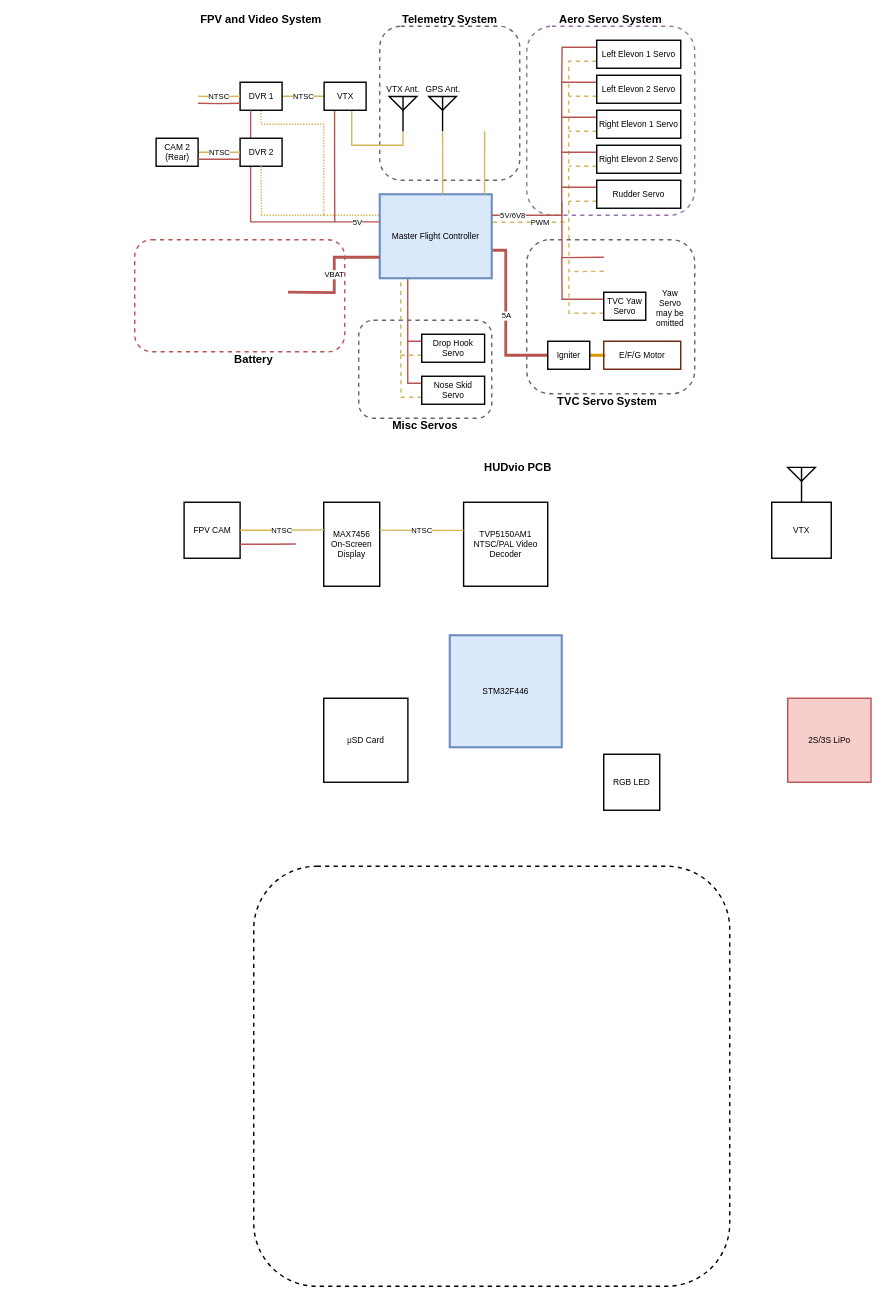
Above: HUDVio/System_Architecture.drawio in Skyhawkson/HUDvio (draw.io), before the change. Source tidied: cells renumbered, new cells numbered last; positions are measured from the earlier drawing's top-left corner, leaving out a move shared by most shapes. Both pictures are drawn from the tidied source at 70%, with x=0, y=0 at pixel (134, 12).
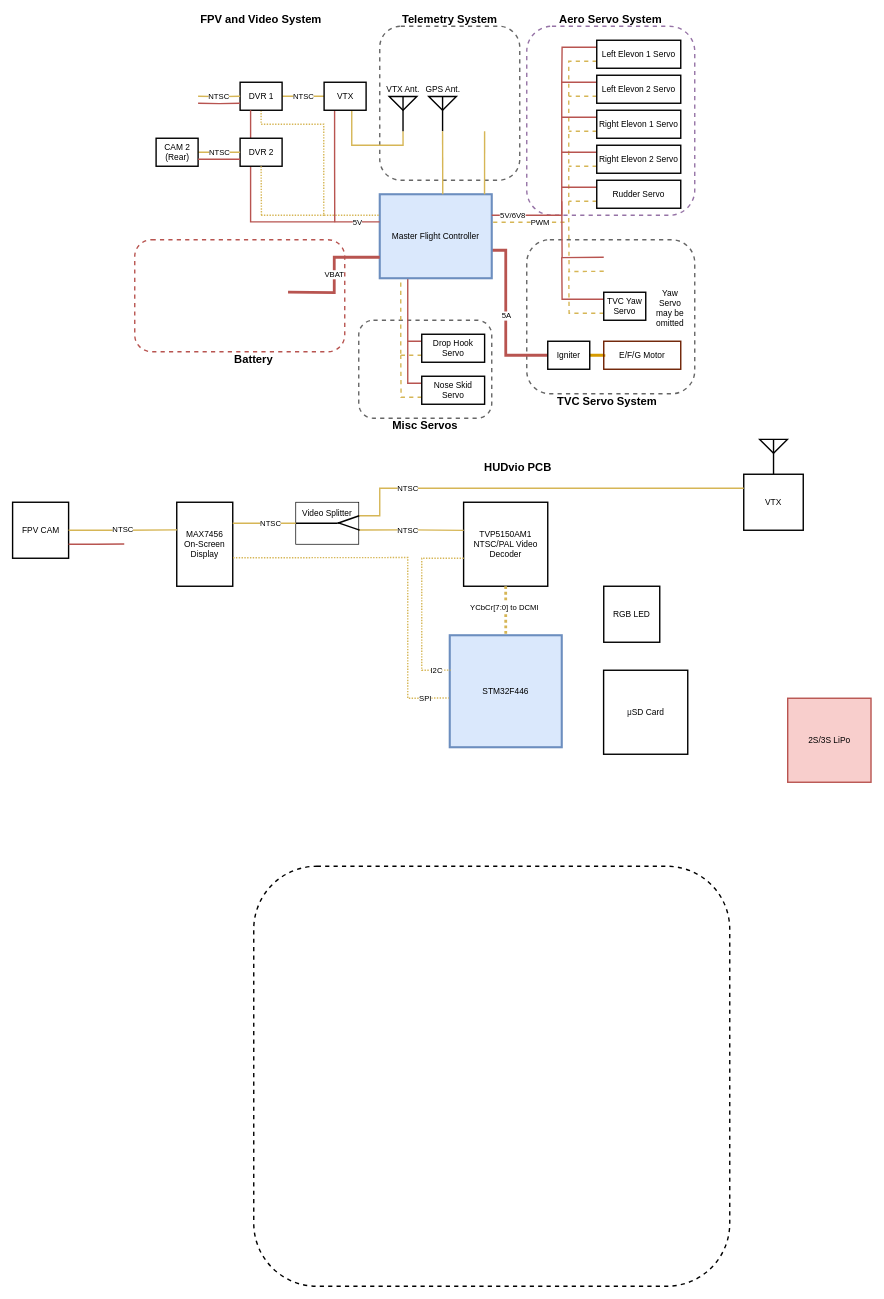
Above is the later version.

Unchanged cells that the change refers to:
```xml
<mxCell id="72" value="STM32F446" style="rounded=0;whiteSpace=wrap;html=1;strokeWidth=3;fillColor=#dae8fc;strokeColor=#6c8ebf;glass=0;shadow=0;sketch=0;" parent="1" vertex="1">
  <mxGeometry x="450" y="890" width="160" height="160" as="geometry" />
</mxCell>
<mxCell id="76" value="TVP5150AM1&lt;br&gt;NTSC/PAL Video Decoder" style="rounded=0;whiteSpace=wrap;html=1;strokeWidth=2;" parent="1" vertex="1">
  <mxGeometry x="469.8" y="700" width="120.2" height="120" as="geometry" />
</mxCell>
```

What changed in the source:
```diff
@@
     <mxCell id="73" value="FPV CAM" style="rounded=0;whiteSpace=wrap;html=1;strokeWidth=2;" parent="1" vertex="1">
-      <mxGeometry x="70.5" y="700" width="80" height="80" as="geometry" />
+      <mxGeometry x="-174.5" y="700" width="80" height="80" as="geometry" />
     </mxCell>
     <mxCell id="74" value="MAX7456&lt;br&gt;On-Screen Display" style="rounded=0;whiteSpace=wrap;html=1;strokeWidth=2;" parent="1" vertex="1">
-      <mxGeometry x="270" y="700" width="80" height="120" as="geometry" />
+      <mxGeometry x="60" y="700" width="80" height="120" as="geometry" />
     </mxCell>
@@
     <mxCell id="77" value="RGB LED" style="rounded=0;whiteSpace=wrap;html=1;strokeWidth=2;" parent="1" vertex="1">
-      <mxGeometry x="670" y="1060" width="80" height="80" as="geometry" />
+      <mxGeometry x="670" y="820" width="80" height="80" as="geometry" />
     </mxCell>
@@
     <mxCell id="79" style="verticalLabelPosition=top;shadow=0;dashed=0;align=center;html=1;verticalAlign=bottom;shape=mxgraph.electrical.radio.aerial_-_antenna_2;strokeWidth=2;labelPosition=center;" parent="1" vertex="1">
-      <mxGeometry x="932.8" y="650" width="39.5" height="50" as="geometry" />
+      <mxGeometry x="892.8" y="610" width="39.5" height="50" as="geometry" />
     </mxCell>
     <mxCell id="80" value="VTX" style="rounded=0;whiteSpace=wrap;html=1;strokeWidth=2;" parent="1" vertex="1">
-      <mxGeometry x="910" y="700" width="85" height="80" as="geometry" />
+      <mxGeometry x="870" y="660" width="85" height="80" as="geometry" />
     </mxCell>
     <mxCell id="81" value="&lt;span style=&quot;color: rgb(32 , 33 , 36) ; font-family: &amp;#34;roboto&amp;#34; , &amp;#34;arial&amp;#34; , sans-serif ; text-align: left ; background-color: rgb(255 , 255 , 255)&quot;&gt;&lt;font style=&quot;font-size: 12px&quot;&gt;µ&lt;/font&gt;&lt;/span&gt;SD Card" style="rounded=0;whiteSpace=wrap;html=1;strokeWidth=2;" parent="1" vertex="1">
-      <mxGeometry x="270" y="980" width="120.2" height="120" as="geometry" />
+      <mxGeometry x="669.8" y="940" width="120.2" height="120" as="geometry" />
     </mxCell>
@@
     <mxCell id="83" style="edgeStyle=orthogonalEdgeStyle;rounded=0;jettySize=auto;html=1;exitX=1;exitY=0.75;exitDx=0;exitDy=0;entryX=0;entryY=0.75;entryDx=0;entryDy=0;startArrow=none;startFill=0;endArrow=none;endFill=0;strokeWidth=2;fillColor=#f8cecc;strokeColor=#b85450;" parent="1" edge="1" source="73">
       <mxGeometry relative="1" as="geometry">
-        <mxPoint x="230" y="759.7" as="targetPoint" />
+        <mxPoint x="-15" y="759.7" as="targetPoint" />
       </mxGeometry>
     </mxCell>
-    <mxCell id="84" value="NTSC" style="edgeStyle=orthogonalEdgeStyle;rounded=0;jettySize=auto;html=1;exitX=1;exitY=0.5;exitDx=0;exitDy=0;entryX=0.001;entryY=0.335;entryDx=0;entryDy=0;strokeWidth=2;endArrow=none;endFill=0;fillColor=#fff2cc;strokeColor=#d6b656;entryPerimeter=0;" parent="1" edge="1" target="76">
-      <mxGeometry relative="1" as="geometry">
-        <mxPoint x="350" y="739.8" as="sourcePoint" />
-      </mxGeometry>
+    <mxCell id="84" value="NTSC" style="edgeStyle=orthogonalEdgeStyle;rounded=0;jettySize=auto;html=1;exitX=0.997;exitY=0.659;exitDx=0;exitDy=0;entryX=0.001;entryY=0.335;entryDx=0;entryDy=0;strokeWidth=2;endArrow=none;endFill=0;fillColor=#fff2cc;strokeColor=#d6b656;entryPerimeter=0;exitPerimeter=0;" parent="1" edge="1" source="91" target="76">
+      <mxGeometry x="-0.07" y="-1" relative="1" as="geometry" />
     </mxCell>
+    <mxCell id="85" style="endArrow=none;html=1;strokeWidth=4;exitX=0.5;exitY=1;exitDx=0;exitDy=0;fillColor=#fff2cc;strokeColor=#d6b656;dashed=1;dashPattern=1 1;entryX=0.5;entryY=0;entryDx=0;entryDy=0;" parent="1" edge="1" source="76" target="72">
+      <mxGeometry relative="1" as="geometry" />
+    </mxCell>
+    <mxCell id="86" value="YCbCr[7:0] to DCMI" style="edgeLabel;html=1;align=center;verticalAlign=middle;" parent="85" vertex="1">
+      <mxGeometry x="-0.17" y="-2" relative="1" as="geometry" />
+    </mxCell>
+    <mxCell id="87" style="endArrow=none;html=1;strokeWidth=2;fillColor=#fff2cc;strokeColor=#d6b656;dashed=1;dashPattern=1 1;entryX=0.009;entryY=0.311;entryDx=0;entryDy=0;entryPerimeter=0;exitX=0.002;exitY=0.667;exitDx=0;exitDy=0;exitPerimeter=0;rounded=0;" parent="1" edge="1" source="76" target="72">
+      <mxGeometry relative="1" as="geometry">
+        <Array as="points">
+          <mxPoint x="410" y="780" />
+          <mxPoint x="410" y="890" />
+          <mxPoint x="410" y="940" />
+        </Array>
+      </mxGeometry>
+    </mxCell>
+    <mxCell id="88" value="I2C" style="edgeLabel;html=1;align=center;verticalAlign=middle;" parent="87" vertex="1">
+      <mxGeometry x="-0.42" y="1" relative="1" as="geometry">
+        <mxPoint x="19" y="144.7" as="offset" />
+      </mxGeometry>
+    </mxCell>
+    <mxCell id="89" style="endArrow=none;html=1;strokeWidth=2;exitX=1.007;exitY=0.661;exitDx=0;exitDy=0;fillColor=#fff2cc;strokeColor=#d6b656;dashed=1;dashPattern=1 1;entryX=-0.009;entryY=0.56;entryDx=0;entryDy=0;entryPerimeter=0;rounded=0;exitPerimeter=0;" parent="1" edge="1" source="74" target="72">
+      <mxGeometry relative="1" as="geometry">
+        <Array as="points">
+          <mxPoint x="390" y="779" />
+          <mxPoint x="390" y="880" />
+          <mxPoint x="390" y="980" />
+        </Array>
+      </mxGeometry>
+    </mxCell>
+    <mxCell id="90" value="SPI" style="edgeLabel;html=1;align=center;verticalAlign=middle;" parent="89" vertex="1">
+      <mxGeometry x="0.86" y="-2" relative="1" as="geometry">
+        <mxPoint x="2" y="-1.7" as="offset" />
+      </mxGeometry>
+    </mxCell>
+    <mxCell id="91" value="Video Splitter&lt;br&gt;&lt;br&gt;&lt;br&gt;" style="rounded=0;whiteSpace=wrap;html=1;strokeColor=#000000;fillColor=none;" parent="1" vertex="1">
+      <mxGeometry x="230" y="700" width="90" height="60" as="geometry" />
+    </mxCell>
+    <mxCell id="92" value="NTSC" style="edgeStyle=orthogonalEdgeStyle;rounded=0;jettySize=auto;html=1;exitX=0.997;exitY=0.659;exitDx=0;exitDy=0;strokeWidth=2;endArrow=none;endFill=0;fillColor=#fff2cc;strokeColor=#d6b656;exitPerimeter=0;entryX=0;entryY=0.25;entryDx=0;entryDy=0;" parent="1" edge="1" target="80">
+      <mxGeometry x="-0.63" relative="1" as="geometry">
+        <mxPoint x="320" y="719.3" as="sourcePoint" />
+        <Array as="points">
+          <mxPoint x="350" y="719" />
+          <mxPoint x="350" y="680" />
+        </Array>
+      </mxGeometry>
+    </mxCell>
+    <mxCell id="93" style="endArrow=none;html=1;strokeWidth=2;entryX=1.007;entryY=0.322;entryDx=0;entryDy=0;entryPerimeter=0;" parent="1" edge="1" target="91">
+      <mxGeometry relative="1" as="geometry">
+        <mxPoint x="290" y="730" as="sourcePoint" />
+      </mxGeometry>
+    </mxCell>
+    <mxCell id="94" style="endArrow=none;html=1;strokeWidth=2;entryX=1.014;entryY=0.663;entryDx=0;entryDy=0;entryPerimeter=0;" parent="1" edge="1" target="91">
+      <mxGeometry relative="1" as="geometry">
+        <mxPoint x="290" y="729" as="sourcePoint" />
+      </mxGeometry>
+    </mxCell>
+    <mxCell id="95" style="endArrow=none;html=1;strokeWidth=2;exitX=0;exitY=0.5;exitDx=0;exitDy=0;" parent="1" edge="1" source="91">
+      <mxGeometry relative="1" as="geometry">
+        <mxPoint x="290" y="730" as="targetPoint" />
+      </mxGeometry>
+    </mxCell>
+    <mxCell id="96" value="NTSC" style="edgeStyle=orthogonalEdgeStyle;rounded=0;jettySize=auto;html=1;entryX=0;entryY=0.5;entryDx=0;entryDy=0;strokeWidth=2;endArrow=none;endFill=0;fillColor=#fff2cc;strokeColor=#d6b656;exitX=1;exitY=0.25;exitDx=0;exitDy=0;" parent="1" edge="1" source="74" target="91">
+      <mxGeometry x="0.2" relative="1" as="geometry">
+        <Array as="points">
+          <mxPoint x="150" y="730" />
+          <mxPoint x="150" y="730" />
+        </Array>
+      </mxGeometry>
+    </mxCell>
```
